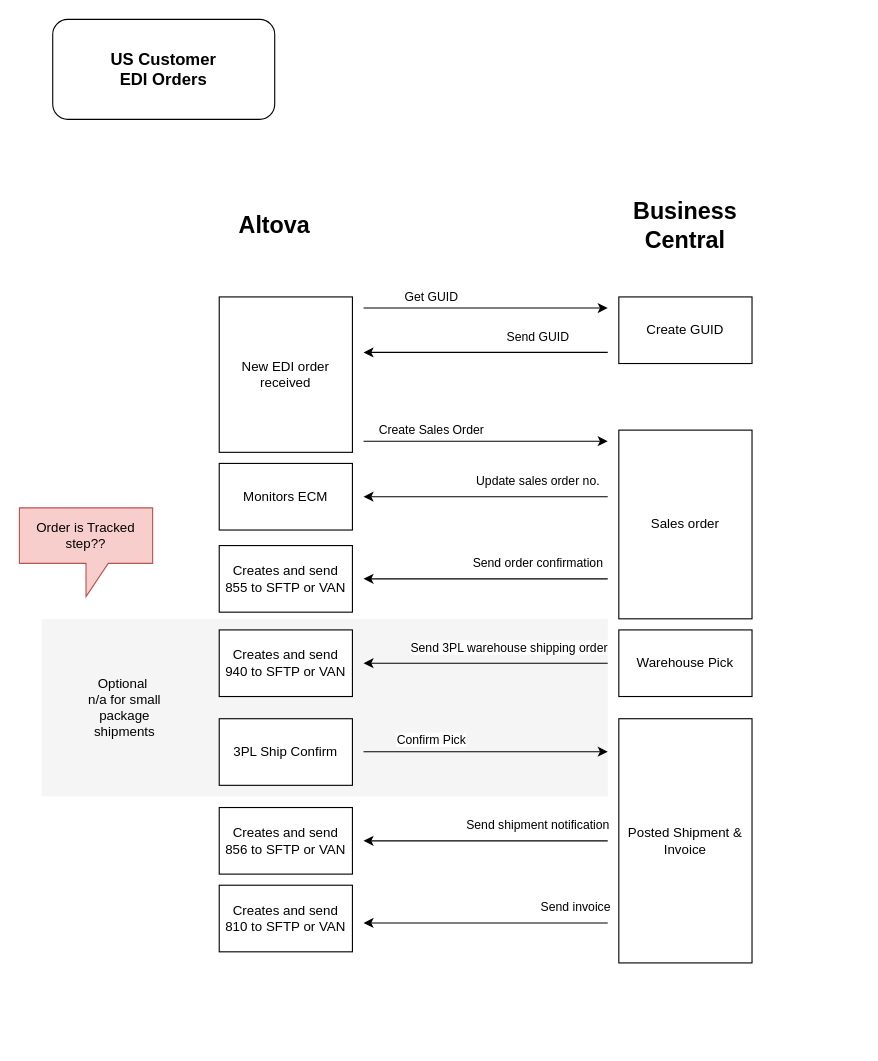
This is page "US Customer EDI Orders" (1 of 3) of SCC_EDI_API.drawio from LukaszJessa/diagrams, a draw.io file, before an edit. Source tidied: cells renumbered, new cells numbered last; positions are measured from the earlier drawing's top-left corner, leaving out a move shared by most shapes. Both pictures are drawn from the tidied source at 111%, with x=0, y=0 at pixel (19, 19).
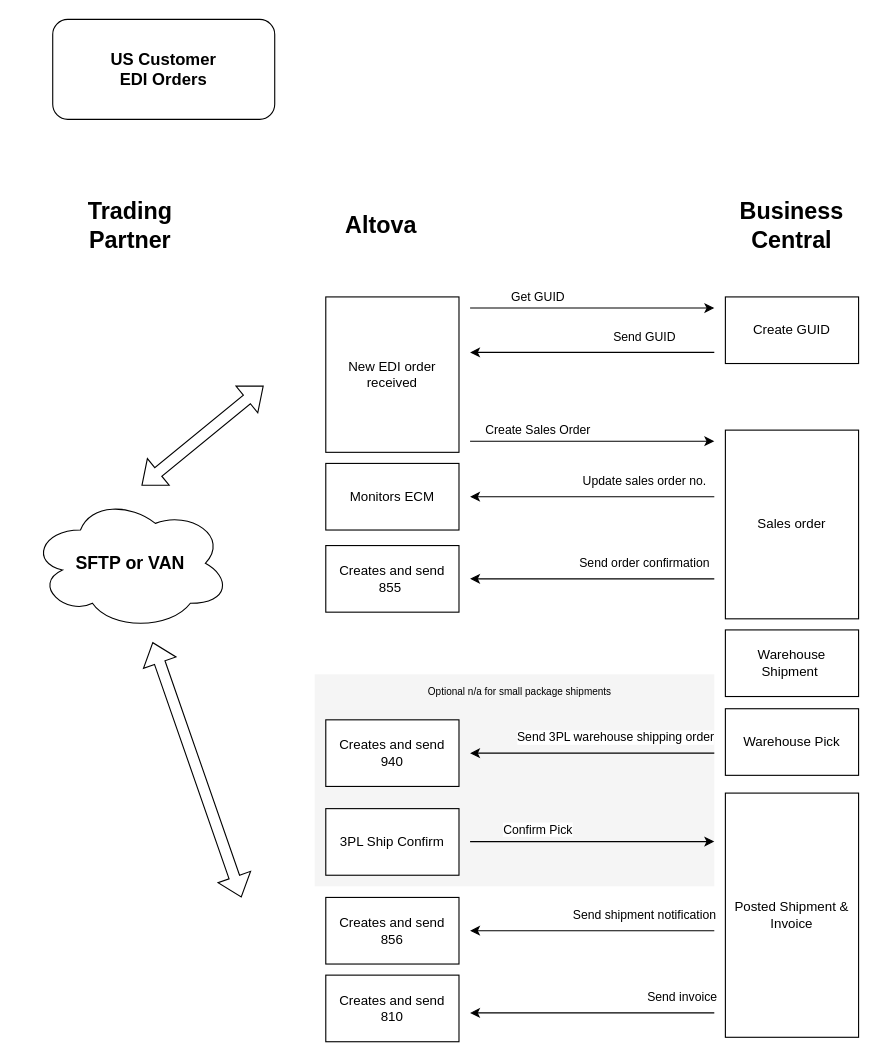
The same page after the edit.

Change to the diagram source:
```diff
@@
     <mxCell id="2" style="rounded=0;whiteSpace=wrap;html=1;fillColor=#f5f5f5;fontColor=#333333;strokeColor=none;" parent="1" vertex="1">
-      <mxGeometry x="20" y="540" width="510" height="160" as="geometry" />
+      <mxGeometry x="266" y="590" width="360" height="191" as="geometry" />
     </mxCell>
     <mxCell id="3" style="endArrow=classic;html=1;rounded=0;" parent="1" edge="1">
       <mxGeometry relative="1" as="geometry">
-        <mxPoint x="310" y="260" as="sourcePoint" />
-        <mxPoint x="530" y="260" as="targetPoint" />
+        <mxPoint x="406" y="260" as="sourcePoint" />
+        <mxPoint x="626" y="260" as="targetPoint" />
       </mxGeometry>
     </mxCell>
@@
     <mxCell id="5" style="endArrow=classic;html=1;rounded=0;" parent="1" edge="1">
       <mxGeometry relative="1" as="geometry">
-        <mxPoint x="530" y="300" as="sourcePoint" />
-        <mxPoint x="310" y="300" as="targetPoint" />
+        <mxPoint x="626" y="300" as="sourcePoint" />
+        <mxPoint x="406" y="300" as="targetPoint" />
       </mxGeometry>
     </mxCell>
@@
     <mxCell id="7" style="endArrow=classic;html=1;rounded=0;" parent="1" edge="1">
       <mxGeometry relative="1" as="geometry">
-        <mxPoint x="310" y="380" as="sourcePoint" />
-        <mxPoint x="530" y="380" as="targetPoint" />
+        <mxPoint x="406" y="380" as="sourcePoint" />
+        <mxPoint x="626" y="380" as="targetPoint" />
       </mxGeometry>
     </mxCell>
@@
     <mxCell id="9" style="endArrow=classic;html=1;rounded=0;" parent="1" edge="1">
       <mxGeometry relative="1" as="geometry">
-        <mxPoint x="530" y="430" as="sourcePoint" />
-        <mxPoint x="310" y="430" as="targetPoint" />
+        <mxPoint x="626" y="430" as="sourcePoint" />
+        <mxPoint x="406" y="430" as="targetPoint" />
       </mxGeometry>
     </mxCell>
@@
     <mxCell id="11" style="endArrow=classic;html=1;rounded=0;" parent="1" edge="1">
       <mxGeometry relative="1" as="geometry">
-        <mxPoint x="530" y="504" as="sourcePoint" />
-        <mxPoint x="310" y="504" as="targetPoint" />
+        <mxPoint x="626" y="504" as="sourcePoint" />
+        <mxPoint x="406" y="504" as="targetPoint" />
       </mxGeometry>
     </mxCell>
@@
     <mxCell id="13" value="Create GUID" style="rounded=0;whiteSpace=wrap;html=1;" parent="1" vertex="1">
-      <mxGeometry x="540" y="250" width="120" height="60" as="geometry" />
+      <mxGeometry x="636" y="250" width="120" height="60" as="geometry" />
     </mxCell>
     <mxCell id="14" value="Sales order" style="rounded=0;whiteSpace=wrap;html=1;" parent="1" vertex="1">
-      <mxGeometry x="540" y="370" width="120" height="170" as="geometry" />
+      <mxGeometry x="636" y="370" width="120" height="170" as="geometry" />
     </mxCell>
     <mxCell id="15" value="New EDI order received" style="rounded=0;whiteSpace=wrap;html=1;" parent="1" vertex="1">
-      <mxGeometry x="180" y="250" width="120" height="140" as="geometry" />
+      <mxGeometry x="276" y="250" width="120" height="140" as="geometry" />
     </mxCell>
-    <mxCell id="16" value="Creates and send 855 to SFTP or VAN" style="rounded=0;whiteSpace=wrap;html=1;" parent="1" vertex="1">
-      <mxGeometry x="180" y="474" width="120" height="60" as="geometry" />
+    <mxCell id="16" value="Creates and send 855&amp;nbsp;" style="rounded=0;whiteSpace=wrap;html=1;" parent="1" vertex="1">
+      <mxGeometry x="276" y="474" width="120" height="60" as="geometry" />
     </mxCell>
     <mxCell id="17" value="Altova" style="text;html=1;strokeColor=none;fillColor=none;align=center;verticalAlign=middle;whiteSpace=wrap;rounded=0;fontSize=21;fontStyle=1;" parent="1" vertex="1">
-      <mxGeometry x="200" y="170" width="60" height="30" as="geometry" />
+      <mxGeometry x="296" y="170" width="60" height="30" as="geometry" />
     </mxCell>
     <mxCell id="18" value="Business Central" style="text;html=1;strokeColor=none;fillColor=none;align=center;verticalAlign=middle;whiteSpace=wrap;rounded=0;fontSize=21;fontStyle=1;" parent="1" vertex="1">
-      <mxGeometry x="570" y="170" width="60" height="30" as="geometry" />
+      <mxGeometry x="666" y="170" width="60" height="30" as="geometry" />
     </mxCell>
     <mxCell id="19" value="Monitors ECM" style="rounded=0;whiteSpace=wrap;html=1;" parent="1" vertex="1">
-      <mxGeometry x="180" y="400" width="120" height="60" as="geometry" />
+      <mxGeometry x="276" y="400" width="120" height="60" as="geometry" />
     </mxCell>
     <mxCell id="20" style="endArrow=classic;html=1;rounded=0;" parent="1" edge="1">
       <mxGeometry relative="1" as="geometry">
-        <mxPoint x="530" y="580" as="sourcePoint" />
-        <mxPoint x="310" y="580" as="targetPoint" />
+        <mxPoint x="626" y="661" as="sourcePoint" />
+        <mxPoint x="406" y="661" as="targetPoint" />
       </mxGeometry>
     </mxCell>
@@
-    <mxCell id="22" value="Creates and send 940 to SFTP or VAN" style="rounded=0;whiteSpace=wrap;html=1;" parent="1" vertex="1">
-      <mxGeometry x="180" y="550" width="120" height="60" as="geometry" />
+    <mxCell id="22" value="Creates and send 940" style="rounded=0;whiteSpace=wrap;html=1;" parent="1" vertex="1">
+      <mxGeometry x="276" y="631" width="120" height="60" as="geometry" />
     </mxCell>
-    <mxCell id="23" value="Warehouse Pick" style="rounded=0;whiteSpace=wrap;html=1;" parent="1" vertex="1">
-      <mxGeometry x="540" y="550" width="120" height="60" as="geometry" />
-    </mxCell>
     <mxCell id="24" value="3PL Ship Confirm" style="rounded=0;whiteSpace=wrap;html=1;" parent="1" vertex="1">
-      <mxGeometry x="180" y="630" width="120" height="60" as="geometry" />
+      <mxGeometry x="276" y="711" width="120" height="60" as="geometry" />
     </mxCell>
     <mxCell id="25" value="Posted Shipment &amp;amp; Invoice" style="rounded=0;whiteSpace=wrap;html=1;" parent="1" vertex="1">
-      <mxGeometry x="540" y="630" width="120" height="220" as="geometry" />
+      <mxGeometry x="636" y="697" width="120" height="220" as="geometry" />
     </mxCell>
     <mxCell id="26" style="endArrow=classic;html=1;rounded=0;" parent="1" edge="1">
       <mxGeometry relative="1" as="geometry">
-        <mxPoint x="310" y="659.7" as="sourcePoint" />
-        <mxPoint x="530" y="659.7" as="targetPoint" />
+        <mxPoint x="406" y="740.7" as="sourcePoint" />
+        <mxPoint x="626" y="740.7" as="targetPoint" />
       </mxGeometry>
     </mxCell>
@@
     <mxCell id="28" style="endArrow=classic;html=1;rounded=0;" parent="1" edge="1">
       <mxGeometry relative="1" as="geometry">
-        <mxPoint x="530" y="740" as="sourcePoint" />
-        <mxPoint x="310" y="740" as="targetPoint" />
+        <mxPoint x="626" y="821" as="sourcePoint" />
+        <mxPoint x="406" y="821" as="targetPoint" />
       </mxGeometry>
     </mxCell>
@@
     <mxCell id="30" style="endArrow=classic;html=1;rounded=0;" parent="1" edge="1">
       <mxGeometry relative="1" as="geometry">
-        <mxPoint x="530" y="814" as="sourcePoint" />
-        <mxPoint x="310" y="814" as="targetPoint" />
+        <mxPoint x="626" y="895" as="sourcePoint" />
+        <mxPoint x="406" y="895" as="targetPoint" />
       </mxGeometry>
     </mxCell>
@@
-    <mxCell id="32" value="Creates and send 856 to SFTP or VAN" style="rounded=0;whiteSpace=wrap;html=1;" parent="1" vertex="1">
-      <mxGeometry x="180" y="710" width="120" height="60" as="geometry" />
+    <mxCell id="32" value="Creates and send 856" style="rounded=0;whiteSpace=wrap;html=1;" parent="1" vertex="1">
+      <mxGeometry x="276" y="791" width="120" height="60" as="geometry" />
     </mxCell>
-    <mxCell id="33" value="Creates and send 810 to SFTP or VAN" style="rounded=0;whiteSpace=wrap;html=1;" parent="1" vertex="1">
-      <mxGeometry x="180" y="780" width="120" height="60" as="geometry" />
+    <mxCell id="33" value="Creates and send 810" style="rounded=0;whiteSpace=wrap;html=1;" parent="1" vertex="1">
+      <mxGeometry x="276" y="861" width="120" height="60" as="geometry" />
     </mxCell>
@@
-    <mxCell id="35" value="Optional&amp;nbsp;&lt;br&gt;n/a for small package shipments" style="text;html=1;strokeColor=none;fillColor=none;align=center;verticalAlign=middle;whiteSpace=wrap;rounded=0;" parent="1" vertex="1">
-      <mxGeometry x="50" y="575" width="90" height="90" as="geometry" />
+    <mxCell id="35" value="&lt;font style=&quot;font-size: 9px;&quot;&gt;Optional&amp;nbsp;n/a for small package shipments&lt;/font&gt;" style="text;html=1;strokeColor=none;fillColor=none;align=center;verticalAlign=middle;whiteSpace=wrap;rounded=0;" parent="1" vertex="1">
+      <mxGeometry x="366" y="590" width="170" height="30" as="geometry" />
     </mxCell>
-    <mxCell id="36" value="Order is Tracked step??" style="shape=callout;whiteSpace=wrap;html=1;perimeter=calloutPerimeter;fillColor=#f8cecc;strokeColor=#b85450;" parent="1" vertex="1">
-      <mxGeometry y="440" width="120" height="80" as="geometry" />
-    </mxCell>
+    <mxCell id="37" value="Warehouse Shipment&amp;nbsp;" style="rounded=0;whiteSpace=wrap;html=1;" parent="1" vertex="1">
+      <mxGeometry x="636" y="550" width="120" height="60" as="geometry" />
+    </mxCell>
+    <mxCell id="23" value="Warehouse Pick" style="rounded=0;whiteSpace=wrap;html=1;" parent="1" vertex="1">
+      <mxGeometry x="636" y="621" width="120" height="60" as="geometry" />
+    </mxCell>
+    <mxCell id="38" style="shape=flexArrow;endArrow=classic;startArrow=classic;html=1;rounded=0;" parent="1" edge="1">
+      <mxGeometry relative="1" as="geometry">
+        <mxPoint x="120" y="561" as="sourcePoint" />
+        <mxPoint x="200" y="791" as="targetPoint" />
+      </mxGeometry>
+    </mxCell>
+    <mxCell id="39" value="Trading Partner" style="text;html=1;strokeColor=none;fillColor=none;align=center;verticalAlign=middle;whiteSpace=wrap;rounded=0;fontSize=21;fontStyle=1;" parent="1" vertex="1">
+      <mxGeometry x="70" y="170" width="60" height="30" as="geometry" />
+    </mxCell>
+    <mxCell id="40" value="&lt;b&gt;&lt;font style=&quot;font-size: 16px;&quot;&gt;SFTP or VAN&lt;/font&gt;&lt;/b&gt;" style="ellipse;shape=cloud;whiteSpace=wrap;html=1;" parent="1" vertex="1">
+      <mxGeometry x="10" y="430" width="180" height="120" as="geometry" />
+    </mxCell>
+    <mxCell id="41" style="shape=flexArrow;endArrow=classic;startArrow=classic;html=1;rounded=0;" parent="1" edge="1">
+      <mxGeometry relative="1" as="geometry">
+        <mxPoint x="220" y="330" as="sourcePoint" />
+        <mxPoint x="110" y="420" as="targetPoint" />
+      </mxGeometry>
+    </mxCell>
```
